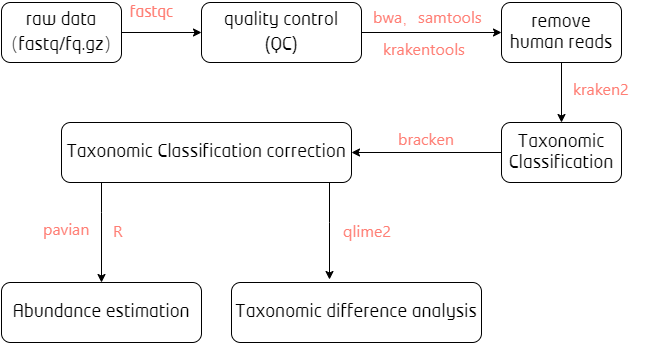
Earlier version of the draw.io export Linux/shell_scripts_book/Untitled Diagram.png (wook2014/linux-bioinformatics). Source tidied: cells renumbered, new cells last; positions are measured from the earlier drawing's top-left corner, leaving out a move shared by most shapes.
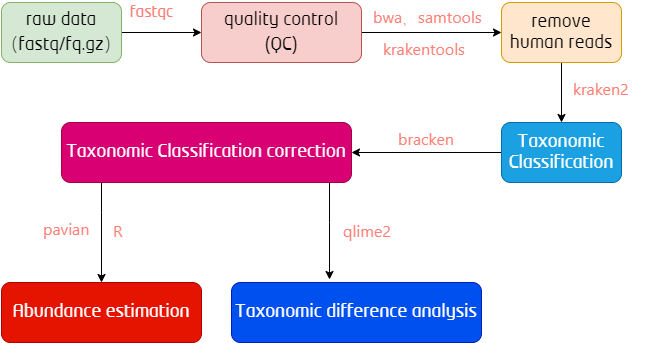
Later version of the same file.

Change to the diagram source:
```diff
@@ -5,25 +5,25 @@
     <mxCell id="2" style="edgeStyle=orthogonalEdgeStyle;rounded=0;jettySize=auto;html=1;" parent="1" edge="1" source="3" target="5">
       <mxGeometry relative="1" as="geometry" />
     </mxCell>
-    <mxCell id="3" value="&lt;span style=&quot;font-size: 18px&quot;&gt;raw data&lt;/span&gt;&lt;br style=&quot;font-size: 18px&quot;&gt;&lt;span style=&quot;font-size: 18px&quot;&gt;（fastq/fq.gz）&lt;/span&gt;" style="rounded=1;whiteSpace=wrap;html=1;" parent="1" vertex="1">
+    <mxCell id="3" value="&lt;span style=&quot;font-size: 18px&quot;&gt;raw data&lt;/span&gt;&lt;br style=&quot;font-size: 18px&quot;&gt;&lt;span style=&quot;font-size: 18px&quot;&gt;（fastq/fq.gz）&lt;/span&gt;" style="rounded=1;whiteSpace=wrap;html=1;fillColor=#d5e8d4;strokeColor=#82b366;" parent="1" vertex="1">
       <mxGeometry y="2" width="120" height="60" as="geometry" />
     </mxCell>
     <mxCell id="4" style="edgeStyle=orthogonalEdgeStyle;rounded=0;jettySize=auto;html=1;" parent="1" edge="1" source="5" target="7">
       <mxGeometry relative="1" as="geometry" />
     </mxCell>
-    <mxCell id="5" value="&lt;span style=&quot;font-size: 18px&quot;&gt;quality control&lt;/span&gt;&lt;br style=&quot;font-size: 18px&quot;&gt;&lt;span style=&quot;font-size: 18px&quot;&gt;(QC)&lt;/span&gt;" style="whiteSpace=wrap;html=1;rounded=1;" parent="1" vertex="1">
+    <mxCell id="5" value="&lt;span style=&quot;font-size: 18px&quot;&gt;quality control&lt;/span&gt;&lt;br style=&quot;font-size: 18px&quot;&gt;&lt;span style=&quot;font-size: 18px&quot;&gt;(QC)&lt;/span&gt;" style="whiteSpace=wrap;html=1;rounded=1;fillColor=#f8cecc;strokeColor=#b85450;" parent="1" vertex="1">
       <mxGeometry x="200" y="2" width="160" height="60" as="geometry" />
     </mxCell>
     <mxCell id="6" style="edgeStyle=orthogonalEdgeStyle;rounded=0;jettySize=auto;html=1;" parent="1" edge="1" source="7" target="9">
       <mxGeometry relative="1" as="geometry" />
     </mxCell>
-    <mxCell id="7" value="&lt;span style=&quot;font-size: 18px&quot;&gt;remove human reads&lt;/span&gt;" style="whiteSpace=wrap;html=1;rounded=1;" parent="1" vertex="1">
+    <mxCell id="7" value="&lt;span style=&quot;font-size: 18px&quot;&gt;remove human reads&lt;/span&gt;" style="whiteSpace=wrap;html=1;rounded=1;fillColor=#ffe6cc;strokeColor=#d79b00;" parent="1" vertex="1">
       <mxGeometry x="500" y="2" width="120" height="60" as="geometry" />
     </mxCell>
     <mxCell id="8" style="edgeStyle=orthogonalEdgeStyle;rounded=0;jettySize=auto;html=1;" parent="1" edge="1" source="9" target="12">
       <mxGeometry relative="1" as="geometry" />
     </mxCell>
-    <mxCell id="9" value="&lt;font style=&quot;font-size: 18px&quot;&gt;Taxonomic Classification&lt;/font&gt;" style="whiteSpace=wrap;html=1;rounded=1;" parent="1" vertex="1">
+    <mxCell id="9" value="&lt;font style=&quot;font-size: 18px&quot;&gt;Taxonomic Classification&lt;/font&gt;" style="whiteSpace=wrap;html=1;rounded=1;fillColor=#1ba1e2;strokeColor=#006EAF;fontColor=#ffffff;" parent="1" vertex="1">
       <mxGeometry x="500" y="122" width="120" height="60" as="geometry" />
     </mxCell>
     <mxCell id="10" style="edgeStyle=orthogonalEdgeStyle;rounded=0;jettySize=auto;html=1;" parent="1" edge="1" source="12" target="13">
@@ -42,13 +42,13 @@
         </Array>
       </mxGeometry>
     </mxCell>
-    <mxCell id="12" value="&lt;font style=&quot;font-size: 18px&quot;&gt;Taxonomic Classification correction&lt;/font&gt;" style="whiteSpace=wrap;html=1;rounded=1;" parent="1" vertex="1">
+    <mxCell id="12" value="&lt;font style=&quot;font-size: 18px&quot;&gt;Taxonomic Classification correction&lt;/font&gt;" style="whiteSpace=wrap;html=1;rounded=1;fillColor=#d80073;strokeColor=#A50040;fontColor=#ffffff;" parent="1" vertex="1">
       <mxGeometry x="60" y="122" width="290" height="60" as="geometry" />
     </mxCell>
-    <mxCell id="13" value="&lt;font style=&quot;font-size: 18px&quot;&gt;Abundance estimation&lt;/font&gt;" style="whiteSpace=wrap;html=1;rounded=1;" parent="1" vertex="1">
+    <mxCell id="13" value="&lt;font style=&quot;font-size: 18px&quot;&gt;Abundance estimation&lt;/font&gt;" style="whiteSpace=wrap;html=1;rounded=1;fillColor=#e51400;strokeColor=#B20000;fontColor=#ffffff;" parent="1" vertex="1">
       <mxGeometry y="282" width="200" height="60" as="geometry" />
     </mxCell>
-    <mxCell id="14" value="&lt;font style=&quot;font-size: 18px&quot;&gt;Taxonomic difference analysis&lt;/font&gt;" style="whiteSpace=wrap;html=1;rounded=1;" parent="1" vertex="1">
+    <mxCell id="14" value="&lt;font style=&quot;font-size: 18px&quot;&gt;Taxonomic difference analysis&lt;/font&gt;" style="whiteSpace=wrap;html=1;rounded=1;fillColor=#0050ef;strokeColor=#001DBC;fontColor=#ffffff;" parent="1" vertex="1">
       <mxGeometry x="230" y="282" width="250" height="60" as="geometry" />
     </mxCell>
     <mxCell id="15" value="&lt;span style=&quot;color: rgb(255 , 126 , 117) ; font-size: 16px&quot;&gt;fastqc&lt;/span&gt;" style="text;html=1;align=center;verticalAlign=middle;" parent="1" vertex="1">
```
